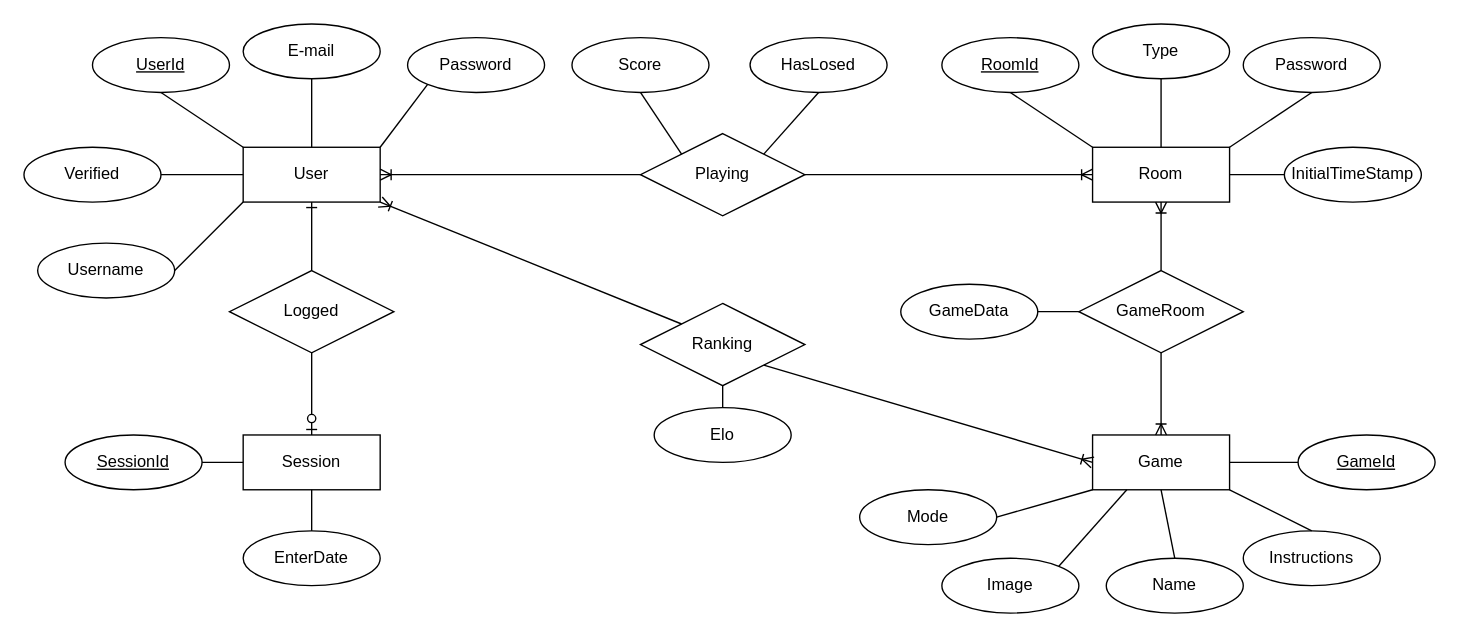
The draw.io diagram documentation/DB/ER_Diagram.drawio in PulidoLuciano/WeBoard, before the edit. Source tidied: cells renumbered, new cells numbered last; positions are measured from the earlier drawing's top-left corner, leaving out a move shared by most shapes. Both pictures are drawn from the tidied source at 137%, with x=0, y=0 at pixel (23, 23).
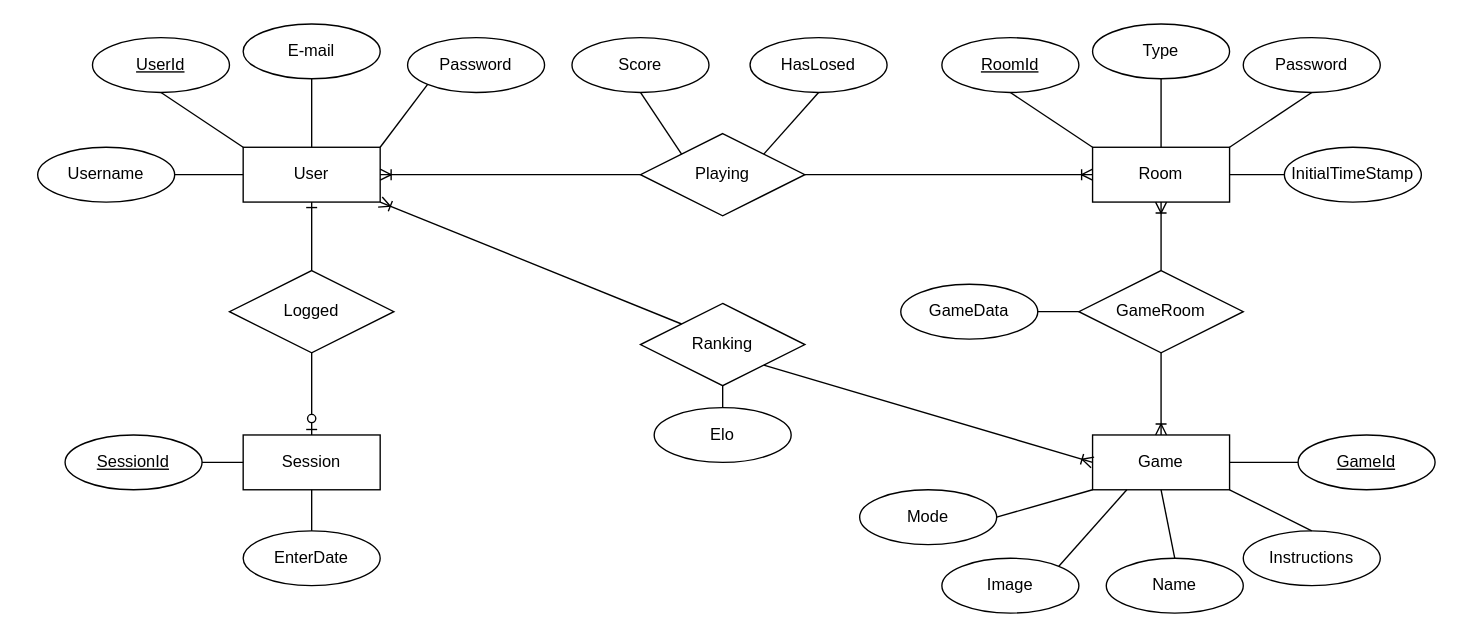
The same diagram, later.

Commit message (it also covers changes not shown here):
Define schemas in documentation

The change refers to these unchanged cells:
```xml
<mxCell id="3" value="User" style="whiteSpace=wrap;html=1;align=center;" parent="1" vertex="1">
  <mxGeometry x="160" y="90" width="100" height="40" as="geometry" />
</mxCell>
```

Diff of the diagram source:
```diff
@@
-    <mxCell id="27" value="Verified" style="ellipse;whiteSpace=wrap;html=1;align=center;" parent="1" vertex="1">
-      <mxGeometry y="90" width="100" height="40" as="geometry" />
-    </mxCell>
-    <mxCell id="28" style="endArrow=none;html=1;rounded=0;entryX=0;entryY=0.5;entryDx=0;entryDy=0;exitX=1;exitY=0.5;exitDx=0;exitDy=0;" parent="1" edge="1" source="27" target="3">
-      <mxGeometry relative="1" as="geometry" />
-    </mxCell>
@@
     <mxCell id="31" value="Username" style="ellipse;whiteSpace=wrap;html=1;align=center;" parent="1" vertex="1">
-      <mxGeometry x="10" y="160" width="100" height="40" as="geometry" />
+      <mxGeometry x="10" y="90" width="100" height="40" as="geometry" />
     </mxCell>
-    <mxCell id="32" style="endArrow=none;html=1;rounded=0;entryX=0;entryY=1;entryDx=0;entryDy=0;exitX=1;exitY=0.5;exitDx=0;exitDy=0;" parent="1" edge="1" source="31" target="3">
+    <mxCell id="32" style="endArrow=none;html=1;rounded=0;entryX=0;entryY=0.5;entryDx=0;entryDy=0;exitX=1;exitY=0.5;exitDx=0;exitDy=0;" parent="1" edge="1" source="31" target="3">
       <mxGeometry relative="1" as="geometry" />
     </mxCell>
```
